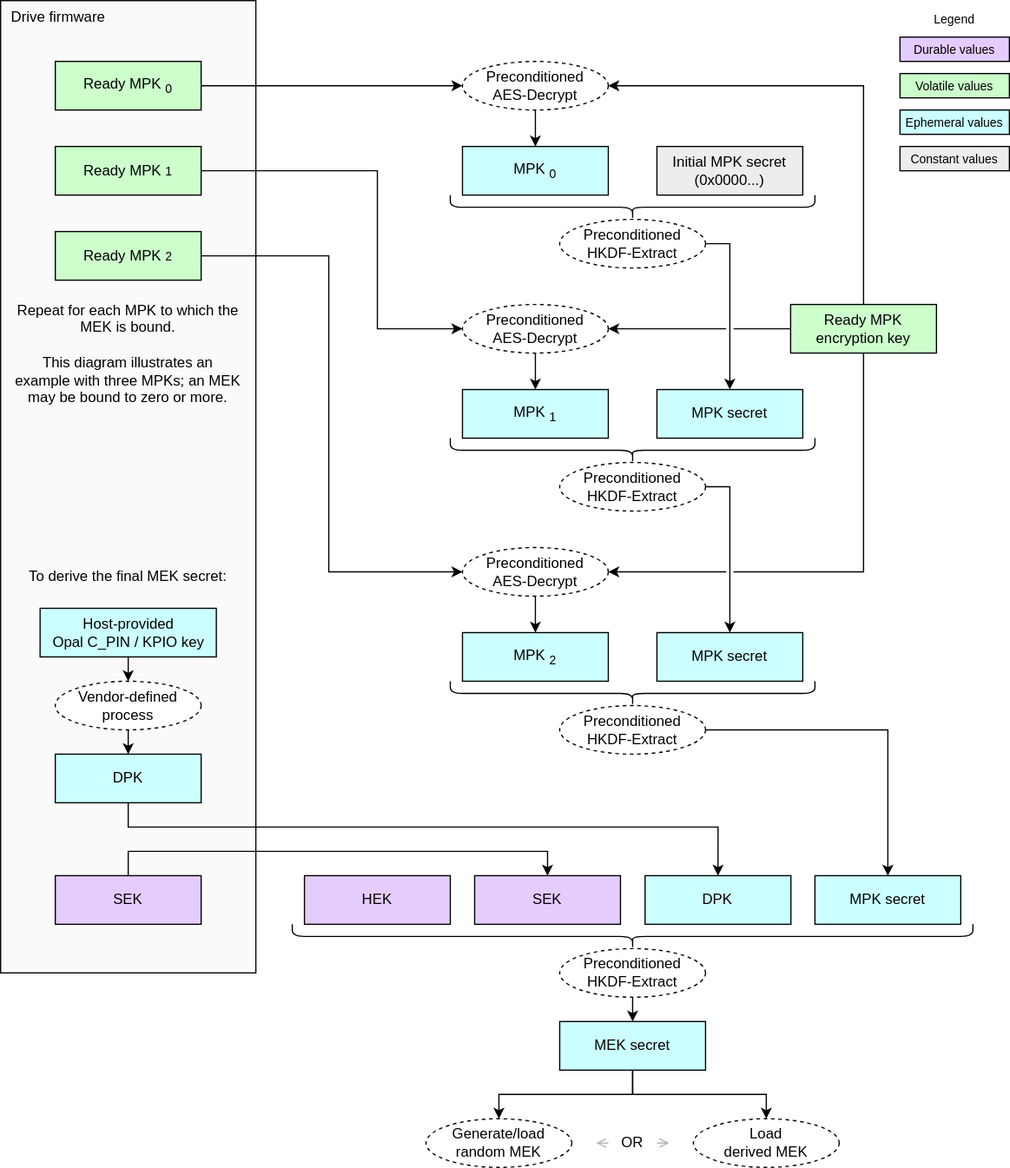
Before: doc/ocp_lock/diagrams/mek_secret_derivation.drawio.svg, a diagram exported from draw.io (chipsalliance/Caliptra). Source tidied: cells renumbered, new cells last; positions are measured from the earlier drawing's top-left corner, leaving out a move shared by most shapes.
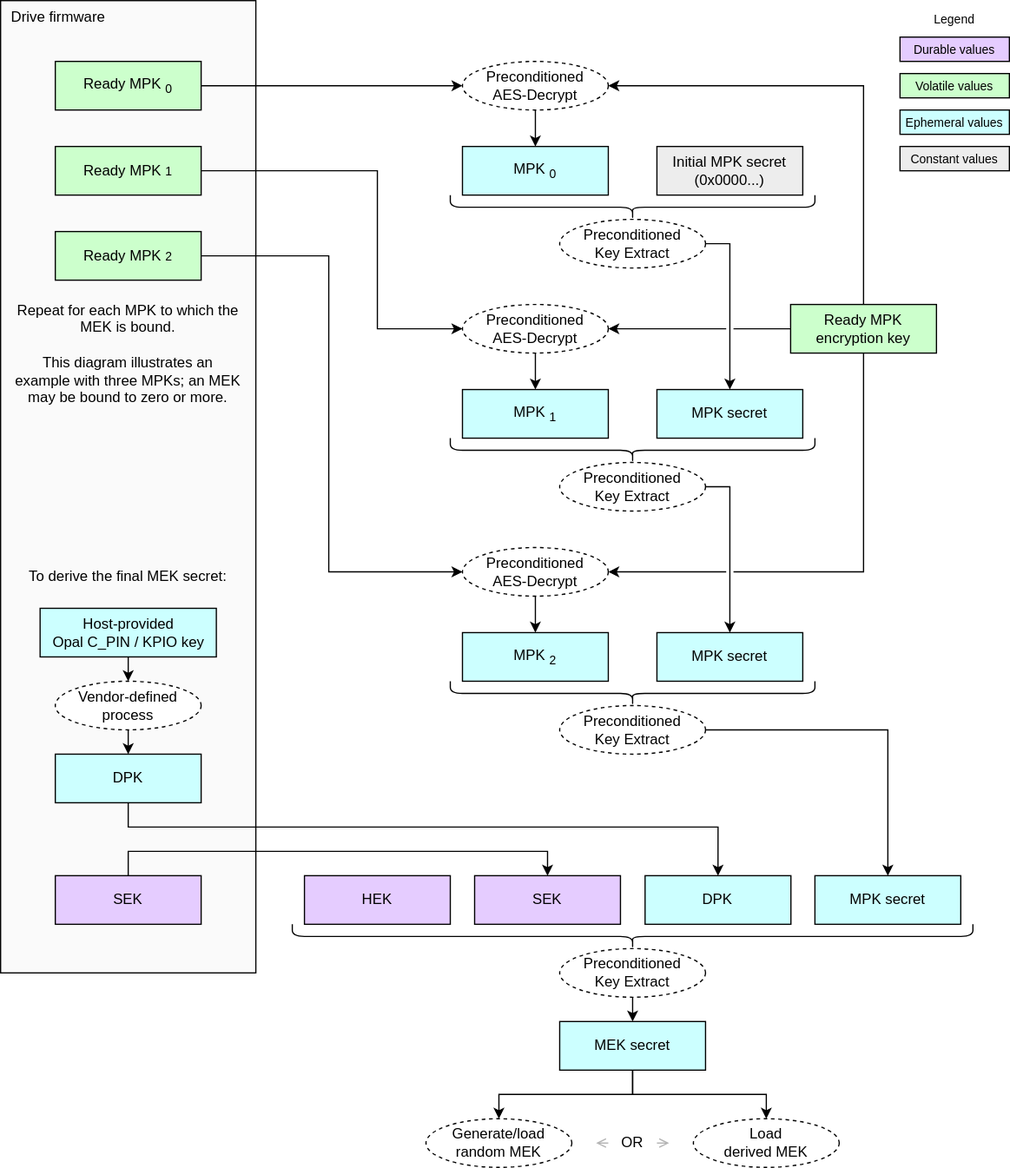
Above is the later version.

Commit message:
Remove references to HKDF.

The edit, as a diff of the source:
```diff
@@ -48,7 +48,7 @@
     <mxCell id="15" style="shape=curlyBracket;whiteSpace=wrap;html=1;rounded=1;labelPosition=left;verticalLabelPosition=middle;align=right;verticalAlign=middle;rotation=-90;" parent="1" vertex="1">
       <mxGeometry x="510" y="20" width="20" height="300" as="geometry" />
     </mxCell>
-    <mxCell id="16" value="Preconditioned HKDF-Extract" style="ellipse;whiteSpace=wrap;html=1;fillColor=#FFFFFF;dashed=1;" parent="1" vertex="1">
+    <mxCell id="16" value="Preconditioned&lt;div&gt;Key Extract&lt;/div&gt;" style="ellipse;whiteSpace=wrap;html=1;fillColor=#FFFFFF;dashed=1;" parent="1" vertex="1">
       <mxGeometry x="460" y="180" width="120" height="40" as="geometry" />
     </mxCell>
     <mxCell id="17" value="&lt;div&gt;&lt;font color=&quot;#000000&quot;&gt;MPK secret&lt;/font&gt;&lt;/div&gt;" style="rounded=0;whiteSpace=wrap;html=1;align=center;verticalAlign=middle;shadow=0;glass=0;spacingLeft=0;spacingBottom=0;spacingTop=0;fillColor=#CCFFFF;" parent="1" vertex="1">
@@ -66,7 +66,7 @@
     <mxCell id="21" style="shape=curlyBracket;whiteSpace=wrap;html=1;rounded=1;labelPosition=left;verticalLabelPosition=middle;align=right;verticalAlign=middle;rotation=-90;" parent="1" vertex="1">
       <mxGeometry x="510" y="220" width="20" height="300" as="geometry" />
     </mxCell>
-    <mxCell id="22" value="&lt;span style=&quot;color: rgb(0, 0, 0);&quot;&gt;Preconditioned HKDF-Extract&lt;/span&gt;" style="ellipse;whiteSpace=wrap;html=1;fillColor=#FFFFFF;dashed=1;" parent="1" vertex="1">
+    <mxCell id="22" value="&lt;span style=&quot;color: rgb(0, 0, 0);&quot;&gt;Preconditioned&lt;/span&gt;&lt;div&gt;Key Extract&lt;/div&gt;" style="ellipse;whiteSpace=wrap;html=1;fillColor=#FFFFFF;dashed=1;" parent="1" vertex="1">
       <mxGeometry x="460" y="380" width="120" height="40" as="geometry" />
     </mxCell>
     <mxCell id="23" value="&lt;div&gt;&lt;font color=&quot;#000000&quot;&gt;MPK secret&lt;/font&gt;&lt;/div&gt;" style="rounded=0;whiteSpace=wrap;html=1;align=center;verticalAlign=middle;shadow=0;glass=0;spacingLeft=0;spacingBottom=0;spacingTop=0;fillColor=#CCFFFF;" parent="1" vertex="1">
@@ -84,7 +84,7 @@
     <mxCell id="27" value="&lt;div&gt;&lt;font color=&quot;#000000&quot;&gt;MPK&lt;sub&gt;2&lt;/sub&gt;&lt;/font&gt;&lt;/div&gt;" style="rounded=0;whiteSpace=wrap;html=1;align=center;verticalAlign=middle;shadow=0;glass=0;spacingLeft=0;spacingBottom=0;spacingTop=0;fillColor=#CCFFFF;" parent="1" vertex="1">
       <mxGeometry x="380" y="520" width="120" height="40" as="geometry" />
     </mxCell>
-    <mxCell id="28" value="&lt;span style=&quot;color: rgb(0, 0, 0);&quot;&gt;Preconditioned HKDF-Extract&lt;/span&gt;" style="ellipse;whiteSpace=wrap;html=1;fillColor=#FFFFFF;dashed=1;" parent="1" vertex="1">
+    <mxCell id="28" value="&lt;span style=&quot;color: rgb(0, 0, 0);&quot;&gt;Preconditioned&lt;/span&gt;&lt;div&gt;Key Extract&lt;/div&gt;" style="ellipse;whiteSpace=wrap;html=1;fillColor=#FFFFFF;dashed=1;" parent="1" vertex="1">
       <mxGeometry x="460" y="580" width="120" height="40" as="geometry" />
     </mxCell>
     <mxCell id="29" style="edgeStyle=none;html=1;exitX=0.5;exitY=1;exitDx=0;exitDy=0;entryX=0.5;entryY=0;entryDx=0;entryDy=0;" parent="1" edge="1" source="26" target="27">
@@ -186,7 +186,7 @@
     <mxCell id="51" style="shape=curlyBracket;whiteSpace=wrap;html=1;rounded=1;labelPosition=left;verticalLabelPosition=middle;align=right;verticalAlign=middle;rotation=-90;" parent="1" vertex="1">
       <mxGeometry x="510" y="490" width="20" height="560" as="geometry" />
     </mxCell>
-    <mxCell id="52" value="&lt;span style=&quot;color: rgb(0, 0, 0);&quot;&gt;Preconditioned HKDF-Extract&lt;/span&gt;" style="ellipse;whiteSpace=wrap;html=1;fillColor=#FFFFFF;dashed=1;" parent="1" vertex="1">
+    <mxCell id="52" value="&lt;span style=&quot;color: rgb(0, 0, 0);&quot;&gt;Preconditioned&lt;/span&gt;&lt;div&gt;Key Extract&lt;/div&gt;" style="ellipse;whiteSpace=wrap;html=1;fillColor=#FFFFFF;dashed=1;" parent="1" vertex="1">
       <mxGeometry x="460" y="780" width="120" height="40" as="geometry" />
     </mxCell>
     <mxCell id="53" style="edgeStyle=orthogonalEdgeStyle;endArrow=classic;html=1;rounded=0;endSize=6;startSize=6;entryX=0.5;entryY=0;entryDx=0;entryDy=0;exitX=0.5;exitY=1;exitDx=0;exitDy=0;" parent="1" edge="1" source="52" target="54">
```
